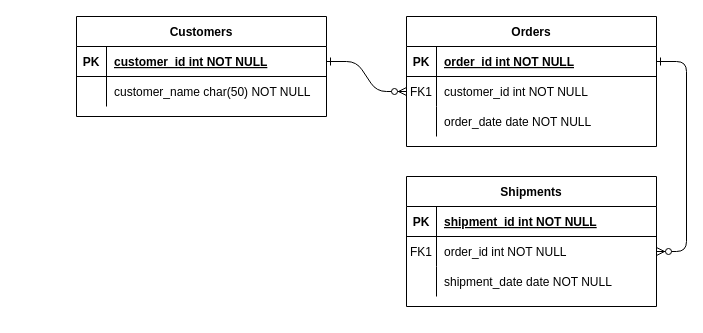
This is Diagramme sans nom.drawio from cherifsriret/PHP-mini-framwork, a draw.io file, before an edit. Source tidied: cells renumbered, new cells numbered last; positions are measured from the earlier drawing's top-left corner, leaving out a move shared by most shapes. Both pictures are drawn from the tidied source at 100%, with x=0, y=0 at pixel (76, 16).
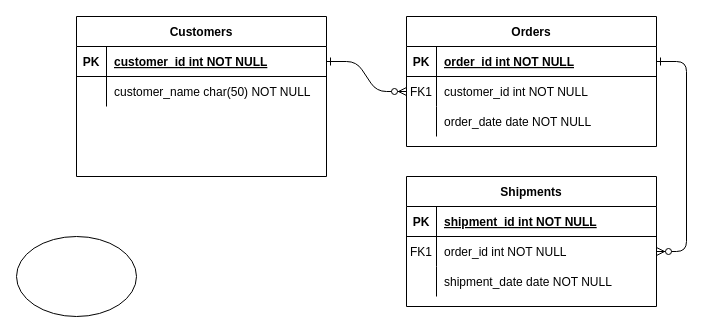
After the change.

Commit message:
Mettre à jour Diagramme sans nom.drawio

What changed in the source:
```diff
@@
     <mxCell id="24" value="Customers" style="shape=table;startSize=30;childLayout=tableLayout;rowLines=0;fontStyle=1;align=center;" parent="1" vertex="1">
-      <mxGeometry width="250" height="100" as="geometry" />
+      <mxGeometry width="250" height="160" as="geometry" />
     </mxCell>
@@
+    <mxCell id="31" style="ellipse;whiteSpace=wrap;html=1;" parent="1" vertex="1">
+      <mxGeometry x="-60" y="220" width="120" height="80" as="geometry" />
+    </mxCell>
```
